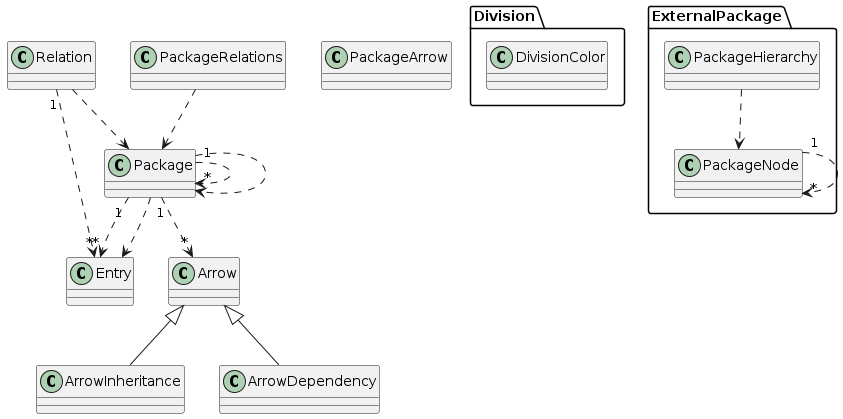
smeghead/php-class-diagram keeps this PlantUML diagram as dogfood-model.png. Above is the earlier version.
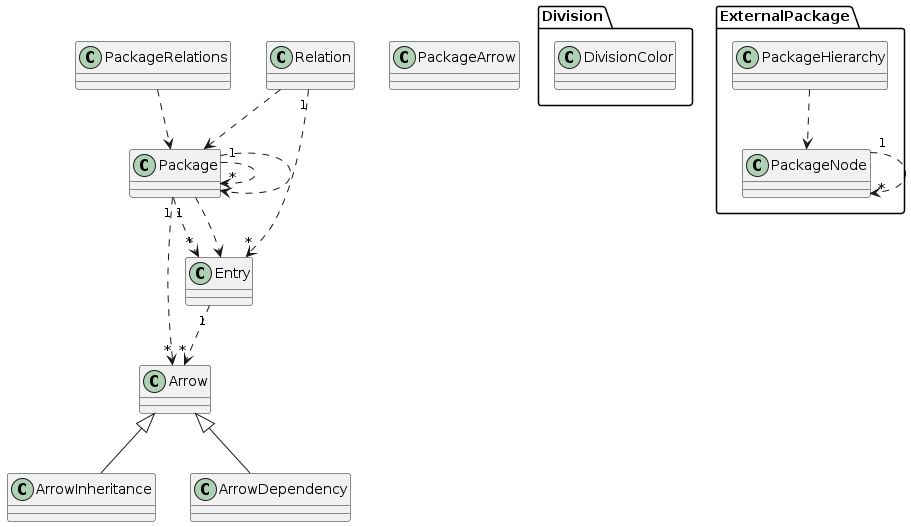
After the change.

What changed in the source:
```diff
@@ -16,6 +16,7 @@
   }
   Arrow <|-- ArrowDependency
   Arrow <|-- ArrowInheritance
+  Entry "1" ..> "*" Arrow
   ExternalPackage_PackageHierarchy ..> ExternalPackage_PackageNode
   ExternalPackage_PackageNode "1" ..> "*" ExternalPackage_PackageNode
   Package "1" ..> "*" Arrow
```
